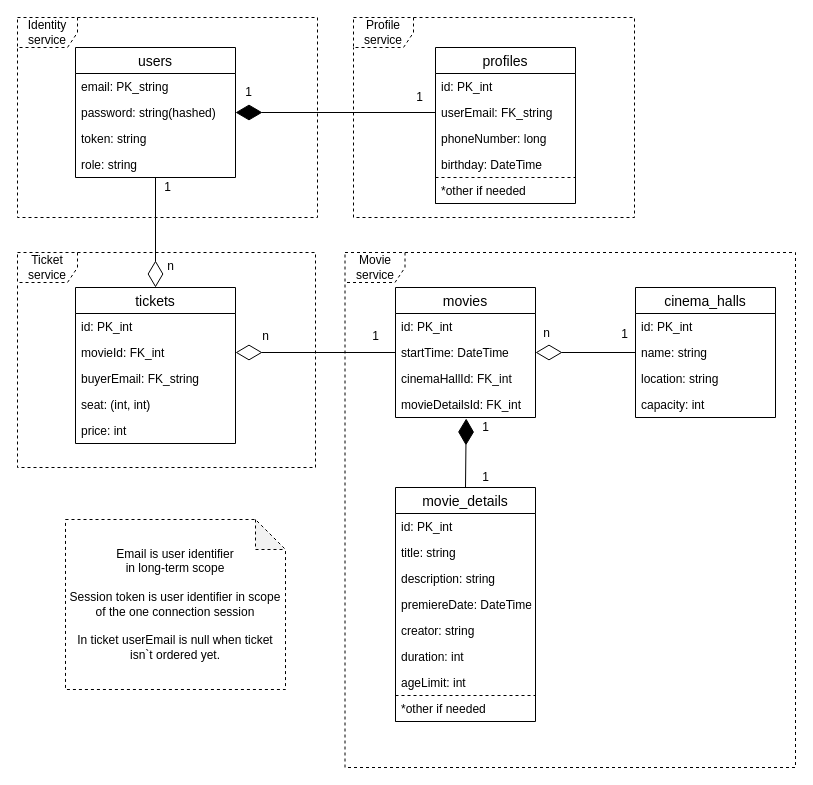
Before: docs/Database_Entities.drawio in ArtemK123/Ticket_Flow, a draw.io diagram. Source tidied: cells renumbered, new cells numbered last; positions are measured from the earlier drawing's top-left corner, leaving out a move shared by most shapes. Both pictures are drawn from the tidied source at 100%, with x=0, y=0 at pixel (17, 17).
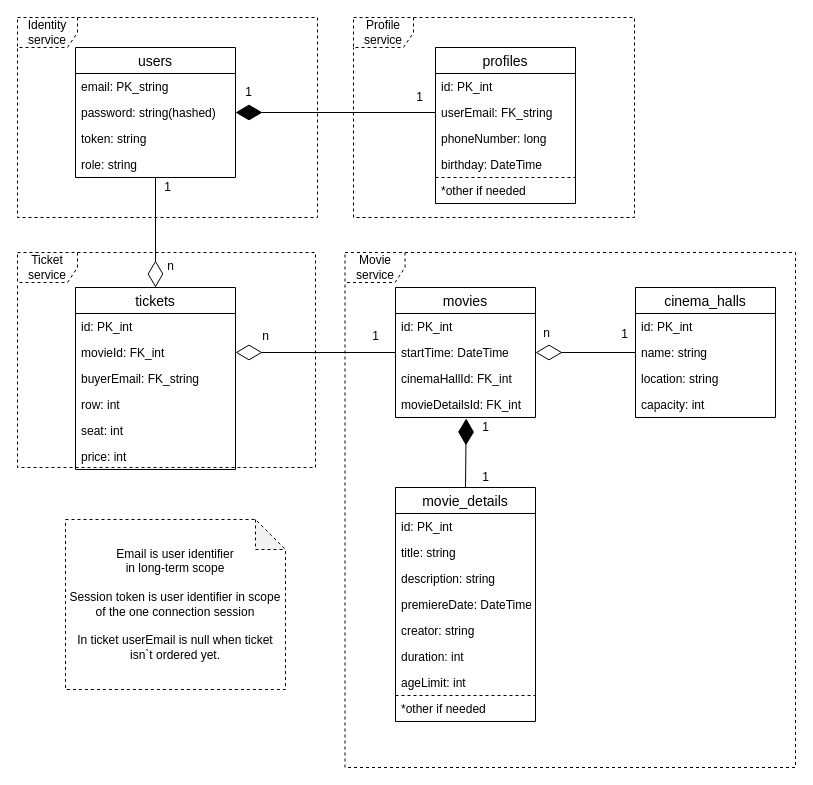
After the change.

The edit, as a diff of the source:
```diff
@@
     <mxCell id="36" value="tickets" style="swimlane;fontStyle=0;horizontal=1;startSize=26;align=center;fontSize=14;" parent="1" vertex="1">
-      <mxGeometry x="58" y="270" width="160" height="156" as="geometry" />
+      <mxGeometry x="58" y="270" width="160" height="182" as="geometry" />
     </mxCell>
@@
-    <mxCell id="40" value="seat: (int, int)" style="text;strokeColor=none;fillColor=none;spacingLeft=4;spacingRight=4;overflow=hidden;fontSize=12;" parent="36" vertex="1">
+    <mxCell id="40" value="row: int" style="text;strokeColor=none;fillColor=none;spacingLeft=4;spacingRight=4;overflow=hidden;fontSize=12;" parent="36" vertex="1">
       <mxGeometry y="104" width="160" height="26" as="geometry" />
     </mxCell>
+    <mxCell id="58" value="seat: int" style="text;strokeColor=none;fillColor=none;spacingLeft=4;spacingRight=4;overflow=hidden;fontSize=12;" parent="36" vertex="1">
+      <mxGeometry y="130" width="160" height="26" as="geometry" />
+    </mxCell>
     <mxCell id="41" value="price: int" style="text;strokeColor=none;fillColor=none;spacingLeft=4;spacingRight=4;overflow=hidden;fontSize=12;" parent="36" vertex="1">
-      <mxGeometry y="130" width="160" height="26" as="geometry" />
+      <mxGeometry y="156" width="160" height="26" as="geometry" />
     </mxCell>
```
